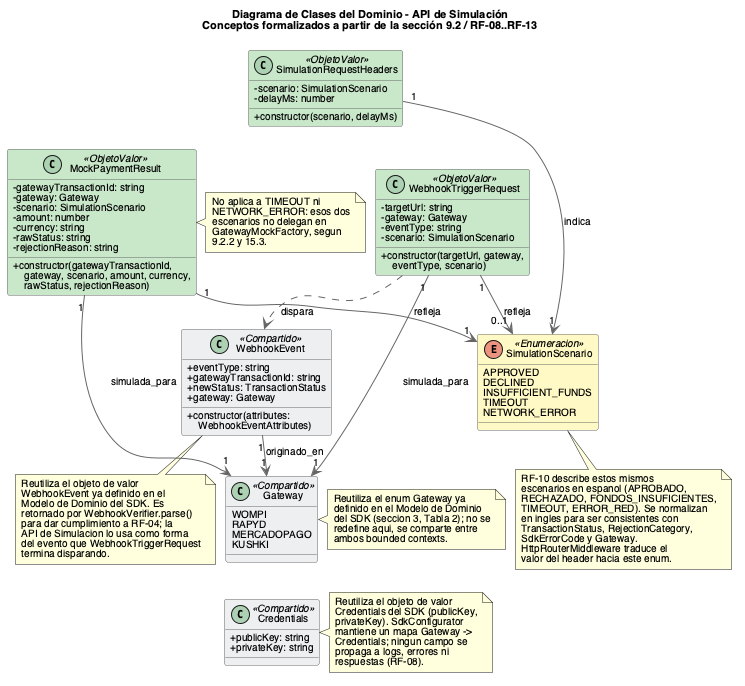
Above: docs/architecture/Simulador API/diagrama-clases-dominio-simulacion.png in PurosBrothers/Kit-Pagos-Colombia---Tesis (PlantUML), before the change. The source it was exported from:
```plantuml
@startuml Domain Class Diagram - Simulation API
title Diagrama de Clases del Dominio - API de Simulación\nConceptos formalizados a partir de la sección 9.2 / RF-08..RF-13
skinparam backgroundColor white
skinparam defaultFontName Helvetica
skinparam defaultFontSize 10
skinparam titleFontSize 11
skinparam classFontSize 10
skinparam classAttributeFontSize 10
skinparam classStereotypeFontSize 10
skinparam ArrowFontSize 10
skinparam NoteFontSize 10
skinparam nodesep 10
skinparam ranksep 22
skinparam classAttributeIconSize 0
skinparam class {
  BorderColor #666666
  ArrowColor #666666
}

class WebhookTriggerRequest <<ObjetoValor>> #C8E6C9 {
  -targetUrl: string
  -gateway: Gateway
  -eventType: string
  -scenario: SimulationScenario
  +constructor(targetUrl, gateway,\n    eventType, scenario)
}

class SimulationRequestHeaders <<ObjetoValor>> #C8E6C9 {
  -scenario: SimulationScenario
  -delayMs: number
  +constructor(scenario, delayMs)
}

class MockPaymentResult <<ObjetoValor>> #C8E6C9 {
  -gatewayTransactionId: string
  -gateway: Gateway
  -scenario: SimulationScenario
  -amount: number
  -currency: string
  -rawStatus: string
  -rejectionReason: string
  +constructor(gatewayTransactionId,\n    gateway, scenario, amount, currency,\n    rawStatus, rejectionReason)
}

class Credentials <<Compartido>> #ECEFF1 {
  +publicKey: string
  +privateKey: string
}

class WebhookEvent <<Compartido>> #ECEFF1 {
  +eventType: string
  +gatewayTransactionId: string
  +newStatus: TransactionStatus
  +gateway: Gateway
  +constructor(attributes:\n    WebhookEventAttributes)
}

enum SimulationScenario <<Enumeracion>> #FFF9C4 {
  APPROVED
  DECLINED
  INSUFFICIENT_FUNDS
  TIMEOUT
  NETWORK_ERROR
}

class Gateway <<Compartido>> #ECEFF1 {
  WOMPI
  RAPYD
  MERCADOPAGO
  KUSHKI
}

SimulationRequestHeaders -[hidden]down- MockPaymentResult
MockPaymentResult -[hidden]down- WebhookEvent
Gateway -[hidden]down- Credentials
WebhookTriggerRequest ..> WebhookEvent : dispara
WebhookTriggerRequest "1" --> "0..1" SimulationScenario : refleja
WebhookTriggerRequest "1" --> "1" Gateway : simulada_para
SimulationRequestHeaders "1" --> "1" SimulationScenario : indica
MockPaymentResult "1" --> "1" SimulationScenario : refleja
MockPaymentResult "1" --> "1" Gateway : simulada_para
WebhookEvent "1" --> "1" Gateway : originado_en

note bottom of WebhookEvent
  Reutiliza el objeto de valor
  WebhookEvent ya definido en el
  Modelo de Dominio del SDK. Es
  retornado por WebhookVerifier.parse()
  para dar cumplimiento a RF-04; la
  API de Simulacion lo usa como forma
  del evento que WebhookTriggerRequest
  termina disparando.
end note

note right of Gateway
  Reutiliza el enum Gateway ya
  definido en el Modelo de Dominio
  del SDK (seccion 3, Tabla 2); no se
  redefine aqui, se comparte entre
  ambos bounded contexts.
end note

note bottom of SimulationScenario
  RF-10 describe estos mismos
  escenarios en espanol (APROBADO,
  RECHAZADO, FONDOS_INSUFICIENTES,
  TIMEOUT, ERROR_RED). Se normalizan
  en ingles para ser consistentes con
  TransactionStatus, RejectionCategory,
  SdkErrorCode y Gateway.
  HttpRouterMiddleware traduce el
  valor del header hacia este enum.
end note

note right of MockPaymentResult
  No aplica a TIMEOUT ni
  NETWORK_ERROR: esos dos
  escenarios no delegan en
  GatewayMockFactory, segun
  9.2.2 y 15.3.
end note

note right of Credentials
  Reutiliza el objeto de valor
  Credentials del SDK (publicKey,
  privateKey). SdkConfigurator
  mantiene un mapa Gateway ->
  Credentials; ningun campo se
  propaga a logs, errores ni
  respuestas (RF-08).
end note
@enduml
```
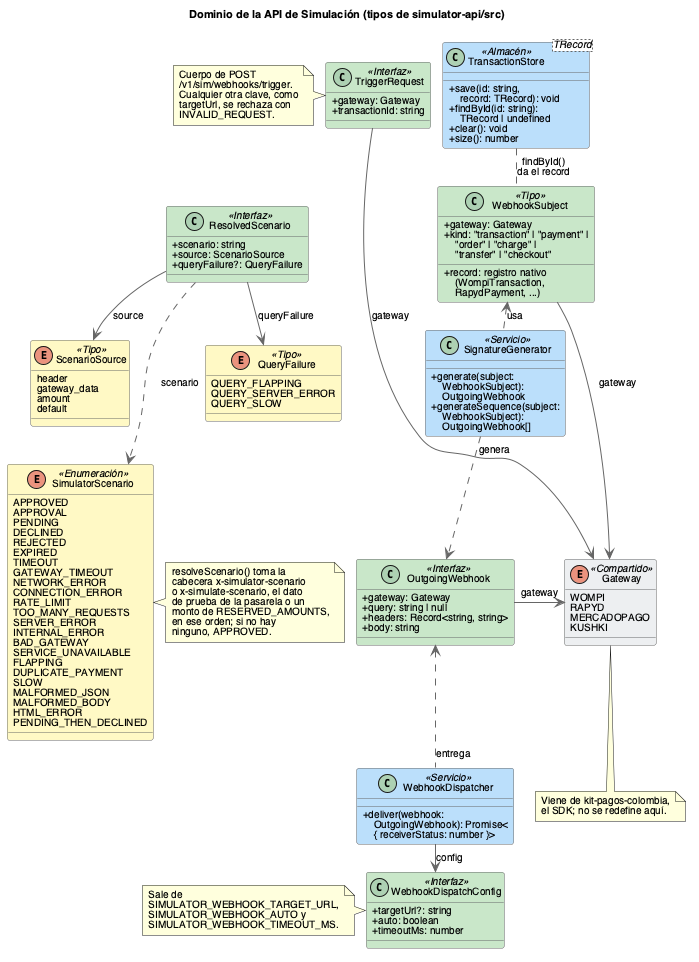
Later version of the same file.

Commit message:
docs(docs): redraw the simulator domain figure from simulator-api/src

Change to the diagram source:
```diff
@@ -1,5 +1,5 @@
 @startuml Domain Class Diagram - Simulation API
-title Diagrama de Clases del Dominio - API de Simulación\nConceptos formalizados a partir de la sección 9.2 / RF-08..RF-13
+title Dominio de la API de Simulación (tipos de simulator-api/src)
 skinparam backgroundColor white
 skinparam defaultFontName Helvetica
 skinparam defaultFontSize 10
@@ -9,124 +9,148 @@
 skinparam classStereotypeFontSize 10
 skinparam ArrowFontSize 10
 skinparam NoteFontSize 10
-skinparam nodesep 10
-skinparam ranksep 22
+skinparam nodesep 12
+skinparam ranksep 16
 skinparam classAttributeIconSize 0
 skinparam class {
   BorderColor #666666
   ArrowColor #666666
 }
 
-class WebhookTriggerRequest <<ObjetoValor>> #C8E6C9 {
-  -targetUrl: string
-  -gateway: Gateway
-  -eventType: string
-  -scenario: SimulationScenario
-  +constructor(targetUrl, gateway,\n    eventType, scenario)
+class TriggerRequest <<Interfaz>> #C8E6C9 {
+  +gateway: Gateway
+  +transactionId: string
 }
 
-class SimulationRequestHeaders <<ObjetoValor>> #C8E6C9 {
-  -scenario: SimulationScenario
-  -delayMs: number
-  +constructor(scenario, delayMs)
+class ResolvedScenario <<Interfaz>> #C8E6C9 {
+  +scenario: string
+  +source: ScenarioSource
+  +queryFailure?: QueryFailure
 }
 
-class MockPaymentResult <<ObjetoValor>> #C8E6C9 {
-  -gatewayTransactionId: string
-  -gateway: Gateway
-  -scenario: SimulationScenario
-  -amount: number
-  -currency: string
-  -rawStatus: string
-  -rejectionReason: string
-  +constructor(gatewayTransactionId,\n    gateway, scenario, amount, currency,\n    rawStatus, rejectionReason)
+enum ScenarioSource <<Tipo>> #FFF9C4 {
+  header
+  gateway_data
+  amount
+  default
 }
 
-class Credentials <<Compartido>> #ECEFF1 {
-  +publicKey: string
-  +privateKey: string
+enum QueryFailure <<Tipo>> #FFF9C4 {
+  QUERY_FLAPPING
+  QUERY_SERVER_ERROR
+  QUERY_SLOW
 }
 
-class WebhookEvent <<Compartido>> #ECEFF1 {
-  +eventType: string
-  +gatewayTransactionId: string
-  +newStatus: TransactionStatus
-  +gateway: Gateway
-  +constructor(attributes:\n    WebhookEventAttributes)
+enum SimulatorScenario <<Enumeración>> #FFF9C4 {
+  APPROVED
+  APPROVAL
+  PENDING
+  DECLINED
+  REJECTED
+  EXPIRED
+  TIMEOUT
+  GATEWAY_TIMEOUT
+  NETWORK_ERROR
+  CONNECTION_ERROR
+  RATE_LIMIT
+  TOO_MANY_REQUESTS
+  SERVER_ERROR
+  INTERNAL_ERROR
+  BAD_GATEWAY
+  SERVICE_UNAVAILABLE
+  FLAPPING
+  DUPLICATE_PAYMENT
+  SLOW
+  MALFORMED_JSON
+  MALFORMED_BODY
+  HTML_ERROR
+  PENDING_THEN_DECLINED
 }
 
-enum SimulationScenario <<Enumeracion>> #FFF9C4 {
-  APPROVED
-  DECLINED
-  INSUFFICIENT_FUNDS
-  TIMEOUT
-  NETWORK_ERROR
+class "TransactionStore<TRecord>" as TransactionStore <<Almacén>> #BBDEFB {
+  +save(id: string,\n    record: TRecord): void
+  +findById(id: string):\n    TRecord | undefined
+  +clear(): void
+  +size(): number
 }
 
-class Gateway <<Compartido>> #ECEFF1 {
+class WebhookSubject <<Tipo>> #C8E6C9 {
+  +gateway: Gateway
+  +kind: "transaction" | "payment" |\n    "order" | "charge" |\n    "transfer" | "checkout"
+  +record: registro nativo\n    (WompiTransaction,\n    RapydPayment, ...)
+}
+
+class SignatureGenerator <<Servicio>> #BBDEFB {
+  +generate(subject:\n    WebhookSubject):\n    OutgoingWebhook
+  +generateSequence(subject:\n    WebhookSubject):\n    OutgoingWebhook[]
+}
+
+class OutgoingWebhook <<Interfaz>> #C8E6C9 {
+  +gateway: Gateway
+  +query: string | null
+  +headers: Record<string, string>
+  +body: string
+}
+
+class WebhookDispatcher <<Servicio>> #BBDEFB {
+  +deliver(webhook:\n    OutgoingWebhook): Promise<\n    { receiverStatus: number }>
+}
+
+class WebhookDispatchConfig <<Interfaz>> #C8E6C9 {
+  +targetUrl?: string
+  +auto: boolean
+  +timeoutMs: number
+}
+
+enum Gateway <<Compartido>> #ECEFF1 {
   WOMPI
   RAPYD
   MERCADOPAGO
   KUSHKI
 }
 
-SimulationRequestHeaders -[hidden]down- MockPaymentResult
-MockPaymentResult -[hidden]down- WebhookEvent
-Gateway -[hidden]down- Credentials
-WebhookTriggerRequest ..> WebhookEvent : dispara
-WebhookTriggerRequest "1" --> "0..1" SimulationScenario : refleja
-WebhookTriggerRequest "1" --> "1" Gateway : simulada_para
-SimulationRequestHeaders "1" --> "1" SimulationScenario : indica
-MockPaymentResult "1" --> "1" SimulationScenario : refleja
-MockPaymentResult "1" --> "1" Gateway : simulada_para
-WebhookEvent "1" --> "1" Gateway : originado_en
+TriggerRequest -[hidden]down- ResolvedScenario
+ResolvedScenario -down-> ScenarioSource : source
+ResolvedScenario -down-> QueryFailure : queryFailure
+ResolvedScenario .down.> SimulatorScenario : scenario
+ScenarioSource -[hidden]down- SimulatorScenario
+TransactionStore .down. WebhookSubject : findById()\nda el record
+SignatureGenerator .up.> WebhookSubject : usa
+SignatureGenerator .down.> OutgoingWebhook : genera
+WebhookDispatcher .up.> OutgoingWebhook : entrega
+WebhookDispatcher -down-> WebhookDispatchConfig : config
+WebhookSubject -right-> Gateway : gateway
+OutgoingWebhook -right-> Gateway : gateway
+TriggerRequest -right-> Gateway : gateway
+TriggerRequest -[hidden]right- TransactionStore
 
-note bottom of WebhookEvent
-  Reutiliza el objeto de valor
-  WebhookEvent ya definido en el
-  Modelo de Dominio del SDK. Es
-  retornado por WebhookVerifier.parse()
-  para dar cumplimiento a RF-04; la
-  API de Simulacion lo usa como forma
-  del evento que WebhookTriggerRequest
-  termina disparando.
+note left of TriggerRequest
+  Cuerpo de POST
+  /v1/sim/webhooks/trigger.
+  Cualquier otra clave, como
+  targetUrl, se rechaza con
+  INVALID_REQUEST.
 end note
 
-note right of Gateway
-  Reutiliza el enum Gateway ya
-  definido en el Modelo de Dominio
-  del SDK (seccion 3, Tabla 2); no se
-  redefine aqui, se comparte entre
-  ambos bounded contexts.
+note right of SimulatorScenario
+  resolveScenario() toma la
+  cabecera x-simulator-scenario
+  o x-simulate-scenario, el dato
+  de prueba de la pasarela o un
+  monto de RESERVED_AMOUNTS,
+  en ese orden; si no hay
+  ninguno, APPROVED.
 end note
 
-note bottom of SimulationScenario
-  RF-10 describe estos mismos
-  escenarios en espanol (APROBADO,
-  RECHAZADO, FONDOS_INSUFICIENTES,
-  TIMEOUT, ERROR_RED). Se normalizan
-  en ingles para ser consistentes con
-  TransactionStatus, RejectionCategory,
-  SdkErrorCode y Gateway.
-  HttpRouterMiddleware traduce el
-  valor del header hacia este enum.
+note left of WebhookDispatchConfig
+  Sale de
+  SIMULATOR_WEBHOOK_TARGET_URL,
+  SIMULATOR_WEBHOOK_AUTO y
+  SIMULATOR_WEBHOOK_TIMEOUT_MS.
 end note
 
-note right of MockPaymentResult
-  No aplica a TIMEOUT ni
-  NETWORK_ERROR: esos dos
-  escenarios no delegan en
-  GatewayMockFactory, segun
-  9.2.2 y 15.3.
-end note
-
-note right of Credentials
-  Reutiliza el objeto de valor
-  Credentials del SDK (publicKey,
-  privateKey). SdkConfigurator
-  mantiene un mapa Gateway ->
-  Credentials; ningun campo se
-  propaga a logs, errores ni
-  respuestas (RF-08).
+note bottom of Gateway
+  Viene de kit-pagos-colombia,
+  el SDK; no se redefine aquí.
 end note
 @enduml
```
